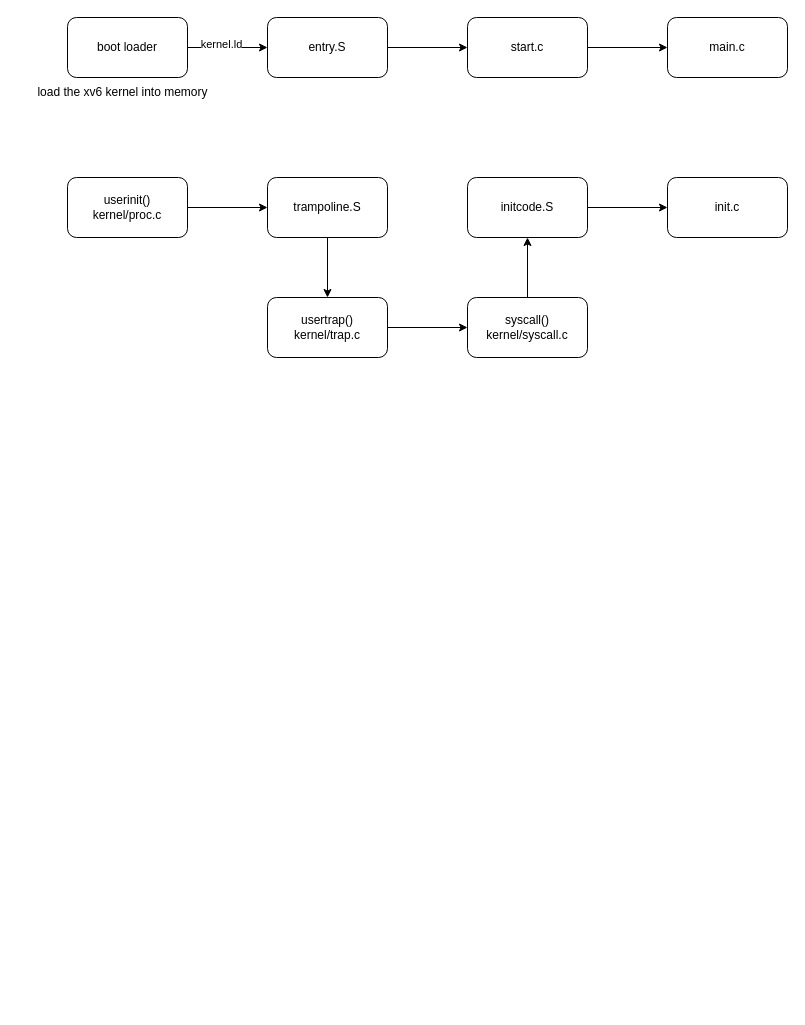
Earlier version of the draw.io diagram xv6.drawio (zhongchun/daily). Source tidied: cells renumbered, new cells numbered last; positions are measured from the earlier drawing's top-left corner, leaving out a move shared by most shapes. Both pictures are drawn from the tidied source at 100%, with x=0, y=0 at pixel (27, 17).
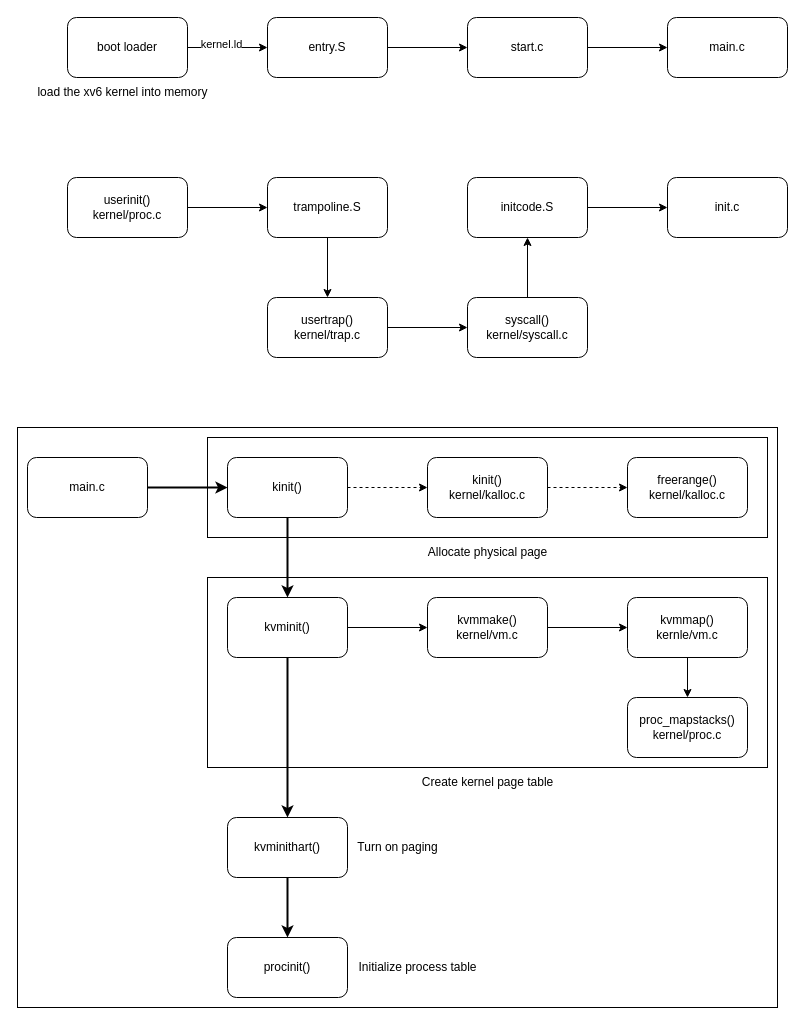
Above is the later version.

Diff of the diagram source:
```diff
@@
+    <mxCell id="22" style="rounded=0;whiteSpace=wrap;html=1;fillColor=none;" parent="1" vertex="1">
+      <mxGeometry x="-10" y="410" width="760" height="580" as="geometry" />
+    </mxCell>
+    <mxCell id="23" style="rounded=0;whiteSpace=wrap;html=1;" parent="1" vertex="1">
+      <mxGeometry x="180" y="560" width="560" height="190" as="geometry" />
+    </mxCell>
+    <mxCell id="24" style="rounded=0;whiteSpace=wrap;html=1;" parent="1" vertex="1">
+      <mxGeometry x="180" y="420" width="560" height="100" as="geometry" />
+    </mxCell>
@@
+    <mxCell id="25" style="edgeStyle=orthogonalEdgeStyle;rounded=0;jettySize=auto;html=1;strokeWidth=2;" parent="1" edge="1" source="26" target="29">
+      <mxGeometry relative="1" as="geometry" />
+    </mxCell>
+    <mxCell id="26" value="main.c" style="rounded=1;whiteSpace=wrap;html=1;" parent="1" vertex="1">
+      <mxGeometry y="440" width="120" height="60" as="geometry" />
+    </mxCell>
+    <mxCell id="27" style="edgeStyle=orthogonalEdgeStyle;rounded=0;jettySize=auto;html=1;strokeWidth=2;" parent="1" edge="1" source="29" target="32">
+      <mxGeometry relative="1" as="geometry" />
+    </mxCell>
+    <mxCell id="28" style="edgeStyle=orthogonalEdgeStyle;rounded=0;jettySize=auto;html=1;dashed=1;" parent="1" edge="1" source="29" target="37">
+      <mxGeometry relative="1" as="geometry" />
+    </mxCell>
+    <mxCell id="29" value="kinit()" style="rounded=1;whiteSpace=wrap;html=1;" parent="1" vertex="1">
+      <mxGeometry x="200" y="440" width="120" height="60" as="geometry" />
+    </mxCell>
+    <mxCell id="30" style="edgeStyle=orthogonalEdgeStyle;rounded=0;jettySize=auto;html=1;strokeWidth=2;" parent="1" edge="1" source="32" target="34">
+      <mxGeometry relative="1" as="geometry" />
+    </mxCell>
+    <mxCell id="31" style="edgeStyle=orthogonalEdgeStyle;rounded=0;jettySize=auto;html=1;" parent="1" edge="1" source="32" target="41">
+      <mxGeometry relative="1" as="geometry" />
+    </mxCell>
+    <mxCell id="32" value="kvminit()" style="rounded=1;whiteSpace=wrap;html=1;" parent="1" vertex="1">
+      <mxGeometry x="200" y="580" width="120" height="60" as="geometry" />
+    </mxCell>
+    <mxCell id="33" style="edgeStyle=orthogonalEdgeStyle;rounded=0;jettySize=auto;html=1;strokeWidth=2;" parent="1" edge="1" source="34" target="35">
+      <mxGeometry relative="1" as="geometry" />
+    </mxCell>
+    <mxCell id="34" value="kvminithart()" style="rounded=1;whiteSpace=wrap;html=1;" parent="1" vertex="1">
+      <mxGeometry x="200" y="800" width="120" height="60" as="geometry" />
+    </mxCell>
+    <mxCell id="35" value="procinit()" style="rounded=1;whiteSpace=wrap;html=1;" parent="1" vertex="1">
+      <mxGeometry x="200" y="920" width="120" height="60" as="geometry" />
+    </mxCell>
+    <mxCell id="36" style="edgeStyle=orthogonalEdgeStyle;rounded=0;jettySize=auto;html=1;dashed=1;" parent="1" edge="1" source="37" target="38">
+      <mxGeometry relative="1" as="geometry" />
+    </mxCell>
+    <mxCell id="37" value="kinit()&lt;br&gt;kernel/kalloc.c" style="rounded=1;whiteSpace=wrap;html=1;" parent="1" vertex="1">
+      <mxGeometry x="400" y="440" width="120" height="60" as="geometry" />
+    </mxCell>
+    <mxCell id="38" value="freerange()&lt;br&gt;kernel/kalloc.c" style="rounded=1;whiteSpace=wrap;html=1;" parent="1" vertex="1">
+      <mxGeometry x="600" y="440" width="120" height="60" as="geometry" />
+    </mxCell>
+    <mxCell id="39" value="Allocate physical page" style="text;html=1;align=center;verticalAlign=middle;strokeColor=none;fillColor=none;" parent="1" vertex="1">
+      <mxGeometry x="390" y="520" width="140" height="30" as="geometry" />
+    </mxCell>
+    <mxCell id="40" style="edgeStyle=orthogonalEdgeStyle;rounded=0;jettySize=auto;html=1;" parent="1" edge="1" source="41" target="43">
+      <mxGeometry relative="1" as="geometry" />
+    </mxCell>
+    <mxCell id="41" value="kvmmake()&lt;br&gt;kernel/vm.c" style="rounded=1;whiteSpace=wrap;html=1;" parent="1" vertex="1">
+      <mxGeometry x="400" y="580" width="120" height="60" as="geometry" />
+    </mxCell>
+    <mxCell id="42" style="edgeStyle=orthogonalEdgeStyle;rounded=0;jettySize=auto;html=1;" parent="1" edge="1" source="43" target="44">
+      <mxGeometry relative="1" as="geometry" />
+    </mxCell>
+    <mxCell id="43" value="kvmmap()&lt;br&gt;kernle/vm.c" style="rounded=1;whiteSpace=wrap;html=1;" parent="1" vertex="1">
+      <mxGeometry x="600" y="580" width="120" height="60" as="geometry" />
+    </mxCell>
+    <mxCell id="44" value="proc_mapstacks()&lt;br&gt;kernel/proc.c" style="rounded=1;whiteSpace=wrap;html=1;" parent="1" vertex="1">
+      <mxGeometry x="600" y="680" width="120" height="60" as="geometry" />
+    </mxCell>
+    <mxCell id="45" value="Create kernel page table" style="text;html=1;align=center;verticalAlign=middle;strokeColor=none;fillColor=none;" parent="1" vertex="1">
+      <mxGeometry x="385" y="750" width="150" height="30" as="geometry" />
+    </mxCell>
+    <mxCell id="46" value="Turn on paging" style="text;html=1;align=center;verticalAlign=middle;strokeColor=none;fillColor=none;" parent="1" vertex="1">
+      <mxGeometry x="320" y="815" width="100" height="30" as="geometry" />
+    </mxCell>
+    <mxCell id="47" value="Initialize process table" style="text;html=1;align=center;verticalAlign=middle;strokeColor=none;fillColor=none;" parent="1" vertex="1">
+      <mxGeometry x="320" y="935" width="140" height="30" as="geometry" />
+    </mxCell>
```
